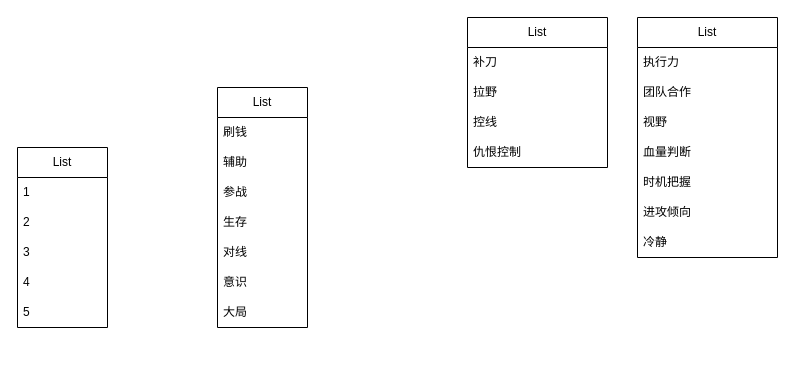
This is 思路.drawio from a7956232/drawIOFiles, a draw.io file, before an edit. Source tidied: cells renumbered, new cells numbered last; positions are measured from the earlier drawing's top-left corner, leaving out a move shared by most shapes. Both pictures are drawn from the tidied source at 100%, with x=0, y=0 at pixel (17, 17).
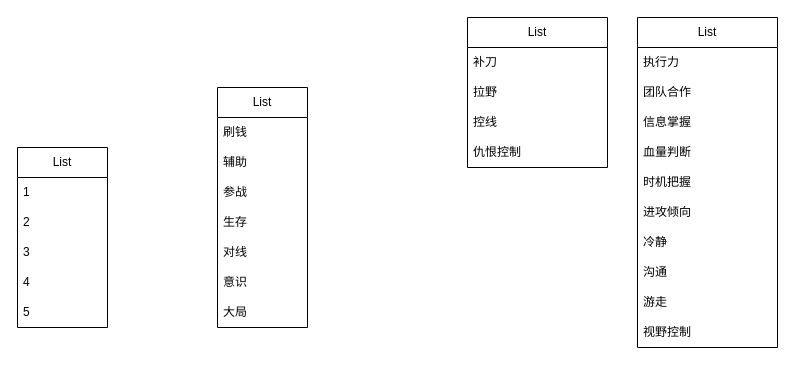
Above is the later version.

Change to the diagram source:
```diff
@@
     <mxCell id="21" value="List" style="swimlane;fontStyle=0;horizontal=1;startSize=30;whiteSpace=wrap;html=1;" parent="1" vertex="1">
-      <mxGeometry x="620" width="140" height="240" as="geometry" />
+      <mxGeometry x="620" width="140" height="330" as="geometry" />
     </mxCell>
@@
-    <mxCell id="24" value="视野" style="text;strokeColor=none;fillColor=none;align=left;verticalAlign=middle;spacingLeft=4;spacingRight=4;overflow=hidden;whiteSpace=wrap;html=1;" parent="21" vertex="1">
+    <mxCell id="24" value="信息掌握" style="text;strokeColor=none;fillColor=none;align=left;verticalAlign=middle;spacingLeft=4;spacingRight=4;overflow=hidden;whiteSpace=wrap;html=1;" parent="21" vertex="1">
       <mxGeometry y="90" width="140" height="30" as="geometry" />
     </mxCell>
@@
+    <mxCell id="29" value="沟通" style="text;strokeColor=none;fillColor=none;align=left;verticalAlign=middle;spacingLeft=4;spacingRight=4;overflow=hidden;whiteSpace=wrap;html=1;" parent="21" vertex="1">
+      <mxGeometry y="240" width="140" height="30" as="geometry" />
+    </mxCell>
+    <mxCell id="30" value="游走" style="text;strokeColor=none;fillColor=none;align=left;verticalAlign=middle;spacingLeft=4;spacingRight=4;overflow=hidden;whiteSpace=wrap;html=1;" parent="21" vertex="1">
+      <mxGeometry y="270" width="140" height="30" as="geometry" />
+    </mxCell>
+    <mxCell id="31" value="视野控制" style="text;strokeColor=none;fillColor=none;align=left;verticalAlign=middle;spacingLeft=4;spacingRight=4;overflow=hidden;whiteSpace=wrap;html=1;" parent="21" vertex="1">
+      <mxGeometry y="300" width="140" height="30" as="geometry" />
+    </mxCell>
```
